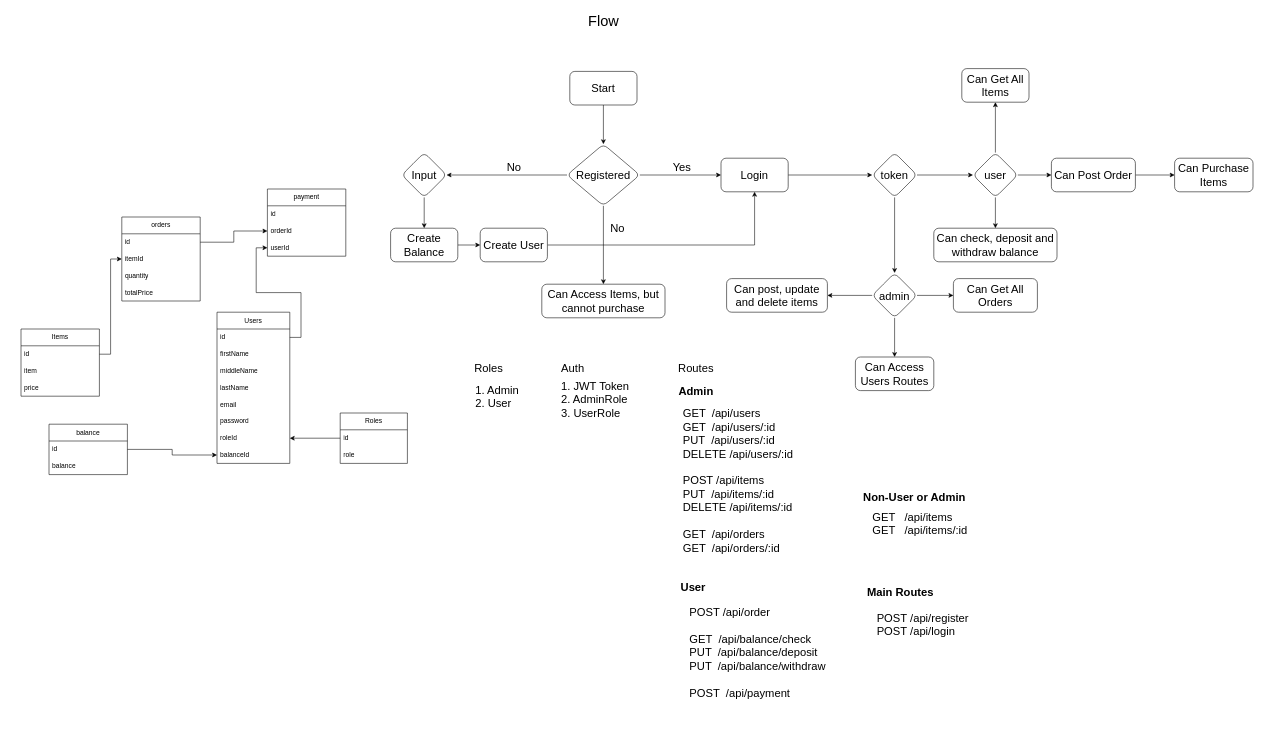
Before: Untitled Diagram.drawio in rvldodo/stripe-api, a draw.io diagram. Source tidied: cells renumbered, new cells numbered last; positions are measured from the earlier drawing's top-left corner, leaving out a move shared by most shapes. Both pictures are drawn from the tidied source at 56%, with x=0, y=0 at pixel (21, 10).
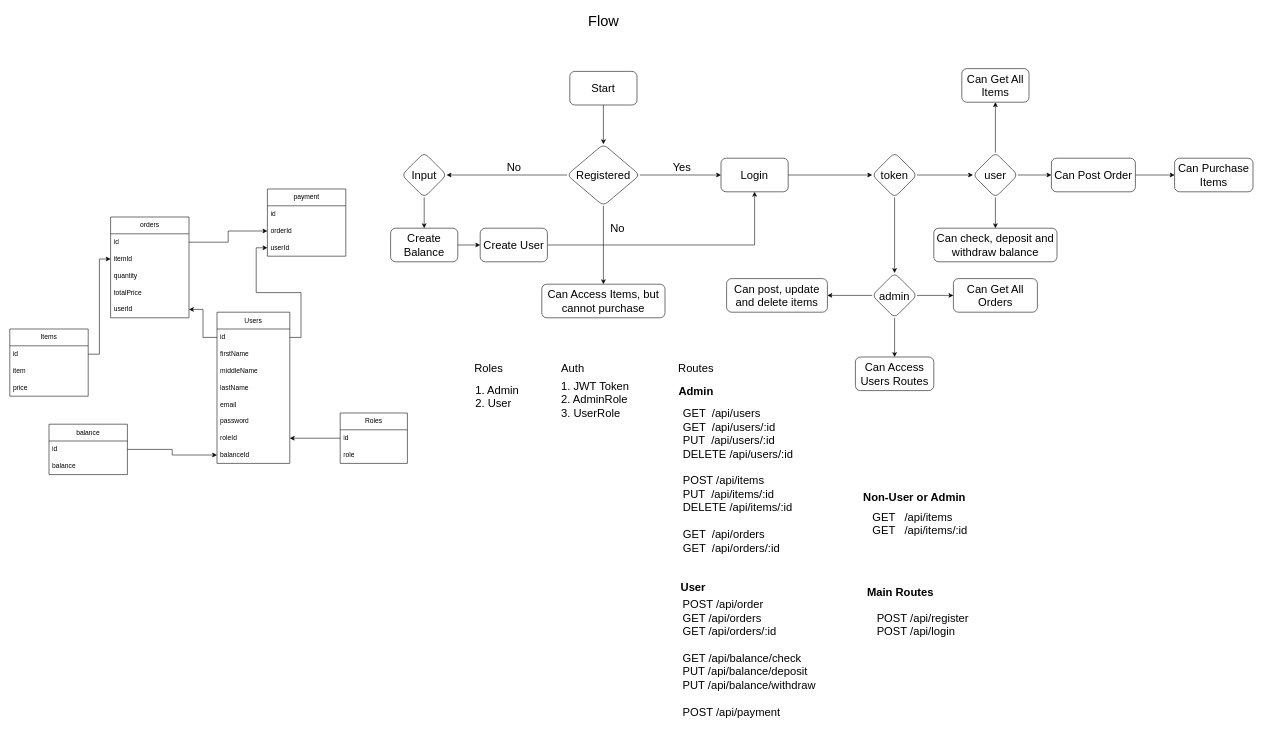
After the change.

Commit message:
add order routes to user

Unchanged cells that the change refers to:
```xml
<mxCell id="3" value="id" style="text;strokeColor=none;fillColor=none;align=left;verticalAlign=middle;spacingLeft=4;spacingRight=4;overflow=hidden;points=[[0,0.5],[1,0.5]];portConstraint=eastwest;whiteSpace=wrap;html=1;" parent="2" vertex="1">
  <mxGeometry y="30" width="130" height="30" as="geometry" />
</mxCell>
```

Diff of the diagram source:
```diff
@@
     <mxCell id="16" value="Items" style="swimlane;fontStyle=0;horizontal=1;startSize=30;whiteSpace=wrap;html=1;" parent="1" vertex="1">
-      <mxGeometry y="570" width="140" height="120" as="geometry" />
+      <mxGeometry x="-20" y="570" width="140" height="120" as="geometry" />
     </mxCell>
@@
     <mxCell id="20" value="orders" style="swimlane;fontStyle=0;horizontal=1;startSize=30;whiteSpace=wrap;html=1;" parent="1" vertex="1">
-      <mxGeometry x="180" y="370" width="140" height="150" as="geometry" />
+      <mxGeometry x="160" y="370" width="140" height="180" as="geometry" />
     </mxCell>
@@
+    <mxCell id="87" value="userId" style="text;strokeColor=none;fillColor=none;align=left;verticalAlign=middle;spacingLeft=4;spacingRight=4;overflow=hidden;points=[[0,0.5],[1,0.5]];portConstraint=eastwest;whiteSpace=wrap;html=1;" parent="20" vertex="1">
+      <mxGeometry y="150" width="140" height="30" as="geometry" />
+    </mxCell>
@@
-    <mxCell id="82" value="&lt;div style=&quot;text-align: left;&quot;&gt;&lt;br&gt;&lt;/div&gt;&lt;div style=&quot;text-align: left;&quot;&gt;&lt;span style=&quot;font-size: 20px; background-color: initial;&quot;&gt;POST&lt;span style=&quot;white-space: pre;&quot;&gt; &lt;/span&gt;/api/order&lt;/span&gt;&lt;/div&gt;&lt;div style=&quot;text-align: left;&quot;&gt;&lt;span style=&quot;font-size: 20px; background-color: initial;&quot;&gt;&lt;br&gt;&lt;/span&gt;&lt;/div&gt;&lt;div style=&quot;text-align: left;&quot;&gt;&lt;span style=&quot;font-size: 20px;&quot;&gt;GET&lt;span style=&quot;white-space: pre;&quot;&gt; &lt;/span&gt;&lt;span style=&quot;white-space: pre;&quot;&gt; &lt;/span&gt;/api/balance/check&lt;/span&gt;&lt;/div&gt;&lt;div style=&quot;text-align: left;&quot;&gt;&lt;span style=&quot;font-size: 20px;&quot;&gt;PUT&lt;span style=&quot;white-space: pre;&quot;&gt; &lt;span style=&quot;white-space: pre;&quot;&gt; &lt;/span&gt;&lt;/span&gt;/api/balance/deposit&lt;/span&gt;&lt;/div&gt;&lt;div style=&quot;text-align: left;&quot;&gt;&lt;span style=&quot;font-size: 20px;&quot;&gt;PUT&lt;span style=&quot;white-space: pre;&quot;&gt; &lt;span style=&quot;white-space: pre;&quot;&gt; &lt;/span&gt;&lt;/span&gt;/api/balance/withdraw&lt;/span&gt;&lt;/div&gt;&lt;div style=&quot;text-align: left;&quot;&gt;&lt;span style=&quot;font-size: 20px;&quot;&gt;&lt;br&gt;&lt;/span&gt;&lt;/div&gt;&lt;div style=&quot;text-align: left;&quot;&gt;&lt;span style=&quot;font-size: 20px;&quot;&gt;POST&lt;span style=&quot;white-space: pre;&quot;&gt; &lt;span style=&quot;white-space: pre;&quot;&gt; &lt;/span&gt;&lt;/span&gt;/api/payment&lt;/span&gt;&lt;/div&gt;" style="text;html=1;align=center;verticalAlign=middle;strokeColor=none;fillColor=none;" parent="1" vertex="1">
-      <mxGeometry x="1165" y="1040" width="300" height="200" as="geometry" />
+    <mxCell id="82" value="&lt;div style=&quot;text-align: left;&quot;&gt;&lt;br&gt;&lt;/div&gt;&lt;div style=&quot;text-align: left;&quot;&gt;&lt;span style=&quot;font-size: 20px; background-color: initial;&quot;&gt;POST&lt;span style=&quot;&quot;&gt; &lt;/span&gt;/api/order&lt;/span&gt;&lt;/div&gt;&lt;div style=&quot;text-align: left;&quot;&gt;&lt;div style=&quot;border-color: var(--border-color);&quot;&gt;&lt;span style=&quot;border-color: var(--border-color); font-size: 20px;&quot;&gt;GET&lt;span style=&quot;border-color: var(--border-color);&quot;&gt; &lt;/span&gt;&lt;span style=&quot;border-color: var(--border-color);&quot;&gt; &lt;/span&gt;/api/orders&lt;/span&gt;&lt;/div&gt;&lt;div style=&quot;border-color: var(--border-color);&quot;&gt;&lt;span style=&quot;border-color: var(--border-color); font-size: 20px;&quot;&gt;GET /api/orders/:id&lt;/span&gt;&lt;/div&gt;&lt;/div&gt;&lt;div style=&quot;text-align: left;&quot;&gt;&lt;span style=&quot;font-size: 20px; background-color: initial;&quot;&gt;&lt;br&gt;&lt;/span&gt;&lt;/div&gt;&lt;div style=&quot;text-align: left;&quot;&gt;&lt;span style=&quot;font-size: 20px;&quot;&gt;GET&lt;span style=&quot;&quot;&gt; &lt;/span&gt;&lt;span style=&quot;&quot;&gt; &lt;/span&gt;/api/balance/check&lt;/span&gt;&lt;/div&gt;&lt;div style=&quot;text-align: left;&quot;&gt;&lt;span style=&quot;font-size: 20px;&quot;&gt;PUT&lt;span style=&quot;&quot;&gt; &lt;span style=&quot;&quot;&gt; &lt;/span&gt;&lt;/span&gt;/api/balance/deposit&lt;/span&gt;&lt;/div&gt;&lt;div style=&quot;text-align: left;&quot;&gt;&lt;span style=&quot;font-size: 20px;&quot;&gt;PUT&lt;span style=&quot;&quot;&gt; &lt;span style=&quot;&quot;&gt; &lt;/span&gt;&lt;/span&gt;/api/balance/withdraw&lt;/span&gt;&lt;/div&gt;&lt;div style=&quot;text-align: left;&quot;&gt;&lt;span style=&quot;font-size: 20px;&quot;&gt;&lt;br&gt;&lt;/span&gt;&lt;/div&gt;&lt;div style=&quot;text-align: left;&quot;&gt;&lt;span style=&quot;font-size: 20px;&quot;&gt;POST&lt;span style=&quot;&quot;&gt; &lt;span style=&quot;&quot;&gt; &lt;/span&gt;&lt;/span&gt;/api/payment&lt;/span&gt;&lt;/div&gt;" style="text;html=1;align=center;verticalAlign=middle;strokeColor=none;fillColor=none;" parent="1" vertex="1">
+      <mxGeometry x="1170" y="1030" width="260" height="240" as="geometry" />
     </mxCell>
@@
+    <mxCell id="88" style="edgeStyle=orthogonalEdgeStyle;rounded=0;jettySize=auto;html=1;entryX=1;entryY=0.5;entryDx=0;entryDy=0;" parent="1" edge="1" source="3" target="87">
+      <mxGeometry relative="1" as="geometry" />
+    </mxCell>
```
